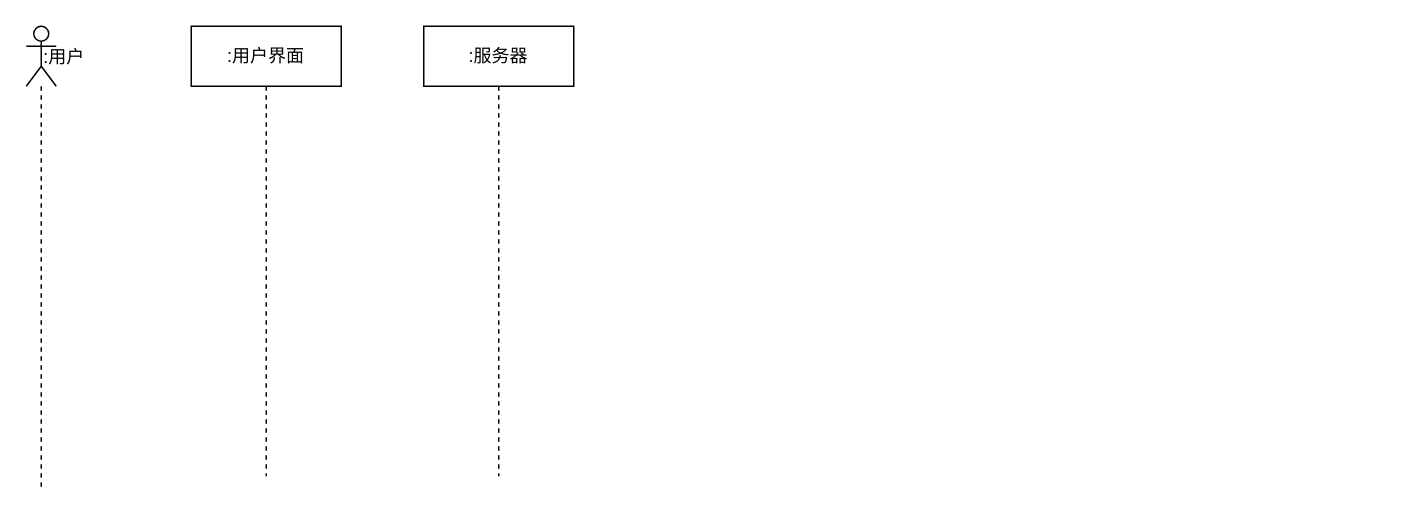
Above: 时序图.drawio in 2919282119/charts (draw.io), before the change. Source tidied: cells renumbered, new cells numbered last; positions are measured from the earlier drawing's top-left corner, leaving out a move shared by most shapes. Both pictures are drawn from the tidied source at 150%, with x=0, y=0 at pixel (26, 26).
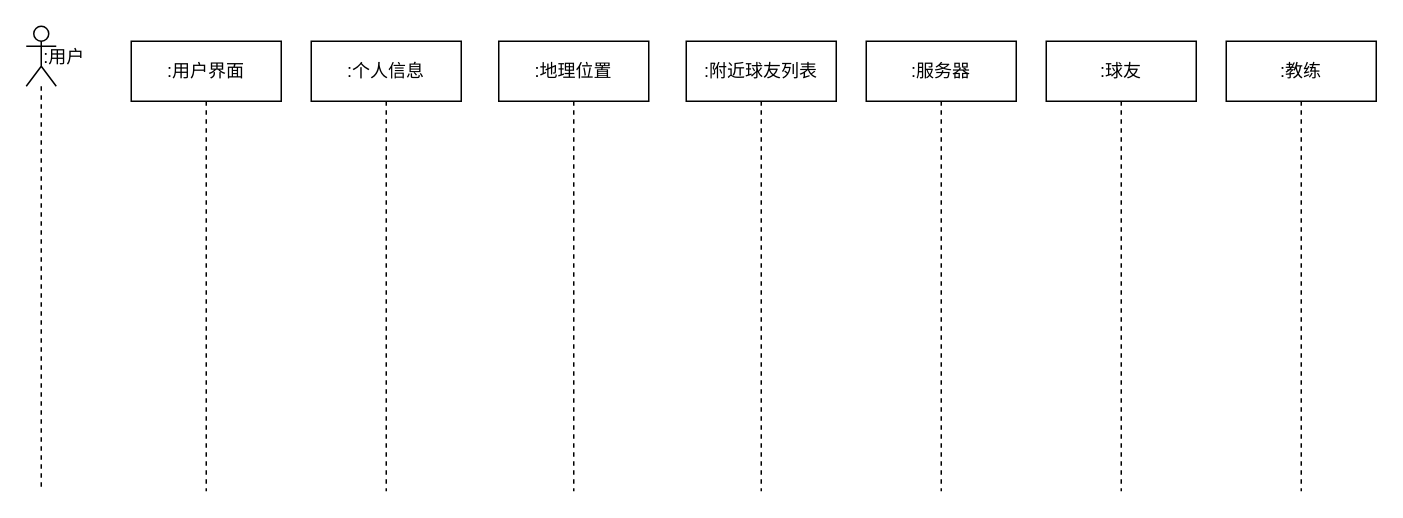
The same diagram, later.

Commit message (it also covers changes not shown here):
更新时序图.drawio

The edit, as a diff of the source:
```diff
@@
 <mxGraphModel>
   <root>
     <mxCell id="0" />
     <mxCell id="1" parent="0" />
     <mxCell id="2" value=":用户界面" style="shape=umlLifeline;perimeter=lifelinePerimeter;whiteSpace=wrap;html=1;newEdgeStyle={&quot;curved&quot;:0,&quot;rounded&quot;:0};" parent="1" vertex="1">
-      <mxGeometry x="110" width="100" height="300" as="geometry" />
+      <mxGeometry x="70" y="10" width="100" height="300" as="geometry" />
     </mxCell>
     <mxCell id="3" value=":服务器" style="shape=umlLifeline;perimeter=lifelinePerimeter;whiteSpace=wrap;html=1;newEdgeStyle={&quot;curved&quot;:0,&quot;rounded&quot;:0};" parent="1" vertex="1">
-      <mxGeometry x="265" width="100" height="300" as="geometry" />
+      <mxGeometry x="560" y="10" width="100" height="300" as="geometry" />
     </mxCell>
     <mxCell id="4" style="group;" parent="1" vertex="1">
       <mxGeometry width="50" height="310" as="geometry" />
     </mxCell>
     <mxCell id="5" style="shape=umlLifeline;perimeter=lifelinePerimeter;whiteSpace=wrap;html=1;newEdgeStyle={&quot;curved&quot;:0,&quot;rounded&quot;:0};participant=umlActor;" parent="4" vertex="1">
       <mxGeometry width="20" height="310" as="geometry" />
     </mxCell>
     <mxCell id="6" value=":用户" style="text;html=1;align=center;verticalAlign=middle;strokeColor=none;fillColor=none;" parent="4" vertex="1">
       <mxGeometry y="6" width="50" height="30" as="geometry" />
     </mxCell>
+    <mxCell id="7" value=":地理位置" style="shape=umlLifeline;perimeter=lifelinePerimeter;whiteSpace=wrap;html=1;newEdgeStyle={&quot;curved&quot;:0,&quot;rounded&quot;:0};" parent="1" vertex="1">
+      <mxGeometry x="315" y="10" width="100" height="300" as="geometry" />
+    </mxCell>
+    <mxCell id="8" value=":个人信息" style="shape=umlLifeline;perimeter=lifelinePerimeter;whiteSpace=wrap;html=1;newEdgeStyle={&quot;curved&quot;:0,&quot;rounded&quot;:0};" parent="1" vertex="1">
+      <mxGeometry x="190" y="10" width="100" height="300" as="geometry" />
+    </mxCell>
+    <mxCell id="9" value=":附近球友列表" style="shape=umlLifeline;perimeter=lifelinePerimeter;whiteSpace=wrap;html=1;newEdgeStyle={&quot;curved&quot;:0,&quot;rounded&quot;:0};" parent="1" vertex="1">
+      <mxGeometry x="440" y="10" width="100" height="300" as="geometry" />
+    </mxCell>
+    <mxCell id="10" value=":球友" style="shape=umlLifeline;perimeter=lifelinePerimeter;whiteSpace=wrap;html=1;newEdgeStyle={&quot;curved&quot;:0,&quot;rounded&quot;:0};" parent="1" vertex="1">
+      <mxGeometry x="680" y="10" width="100" height="300" as="geometry" />
+    </mxCell>
+    <mxCell id="11" value=":教练" style="shape=umlLifeline;perimeter=lifelinePerimeter;whiteSpace=wrap;html=1;newEdgeStyle={&quot;curved&quot;:0,&quot;rounded&quot;:0};" parent="1" vertex="1">
+      <mxGeometry x="800" y="10" width="100" height="300" as="geometry" />
+    </mxCell>
   </root>
 </mxGraphModel>
```
